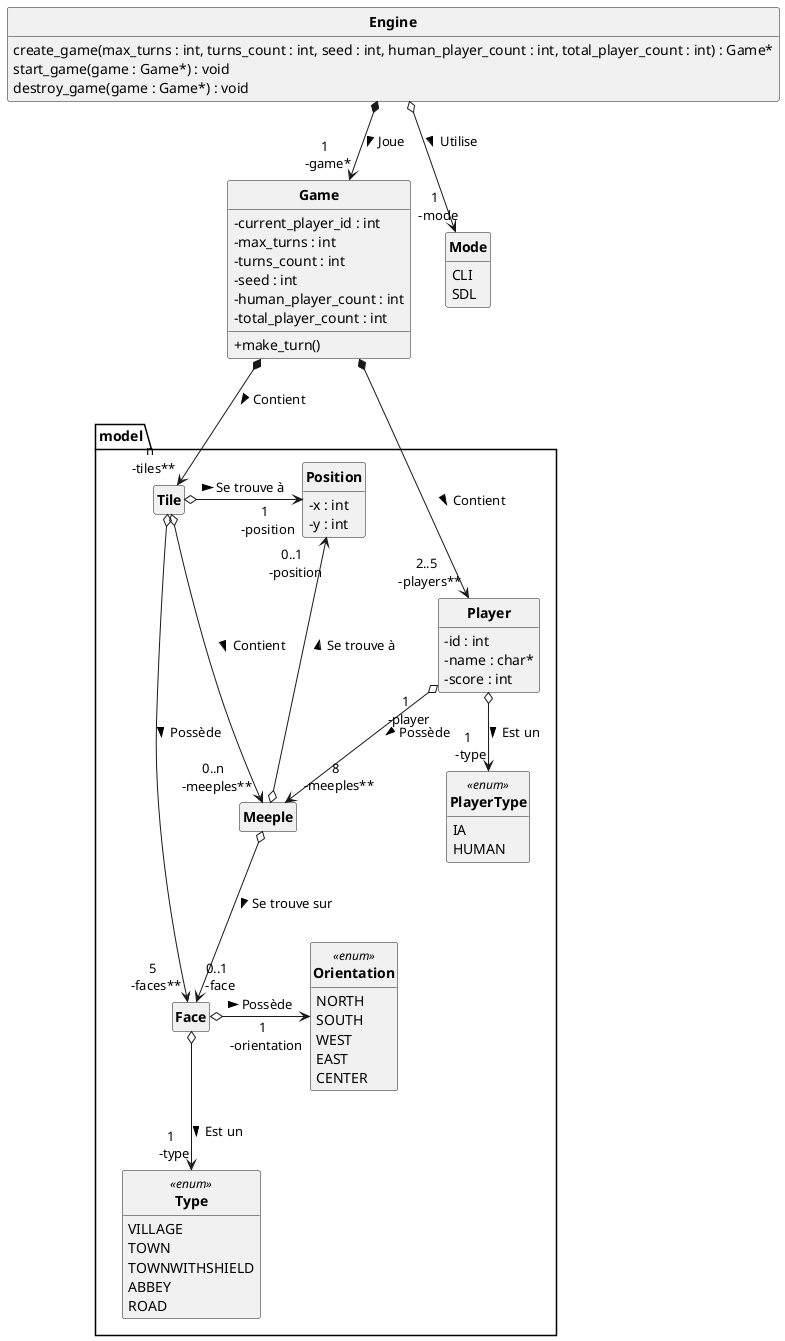
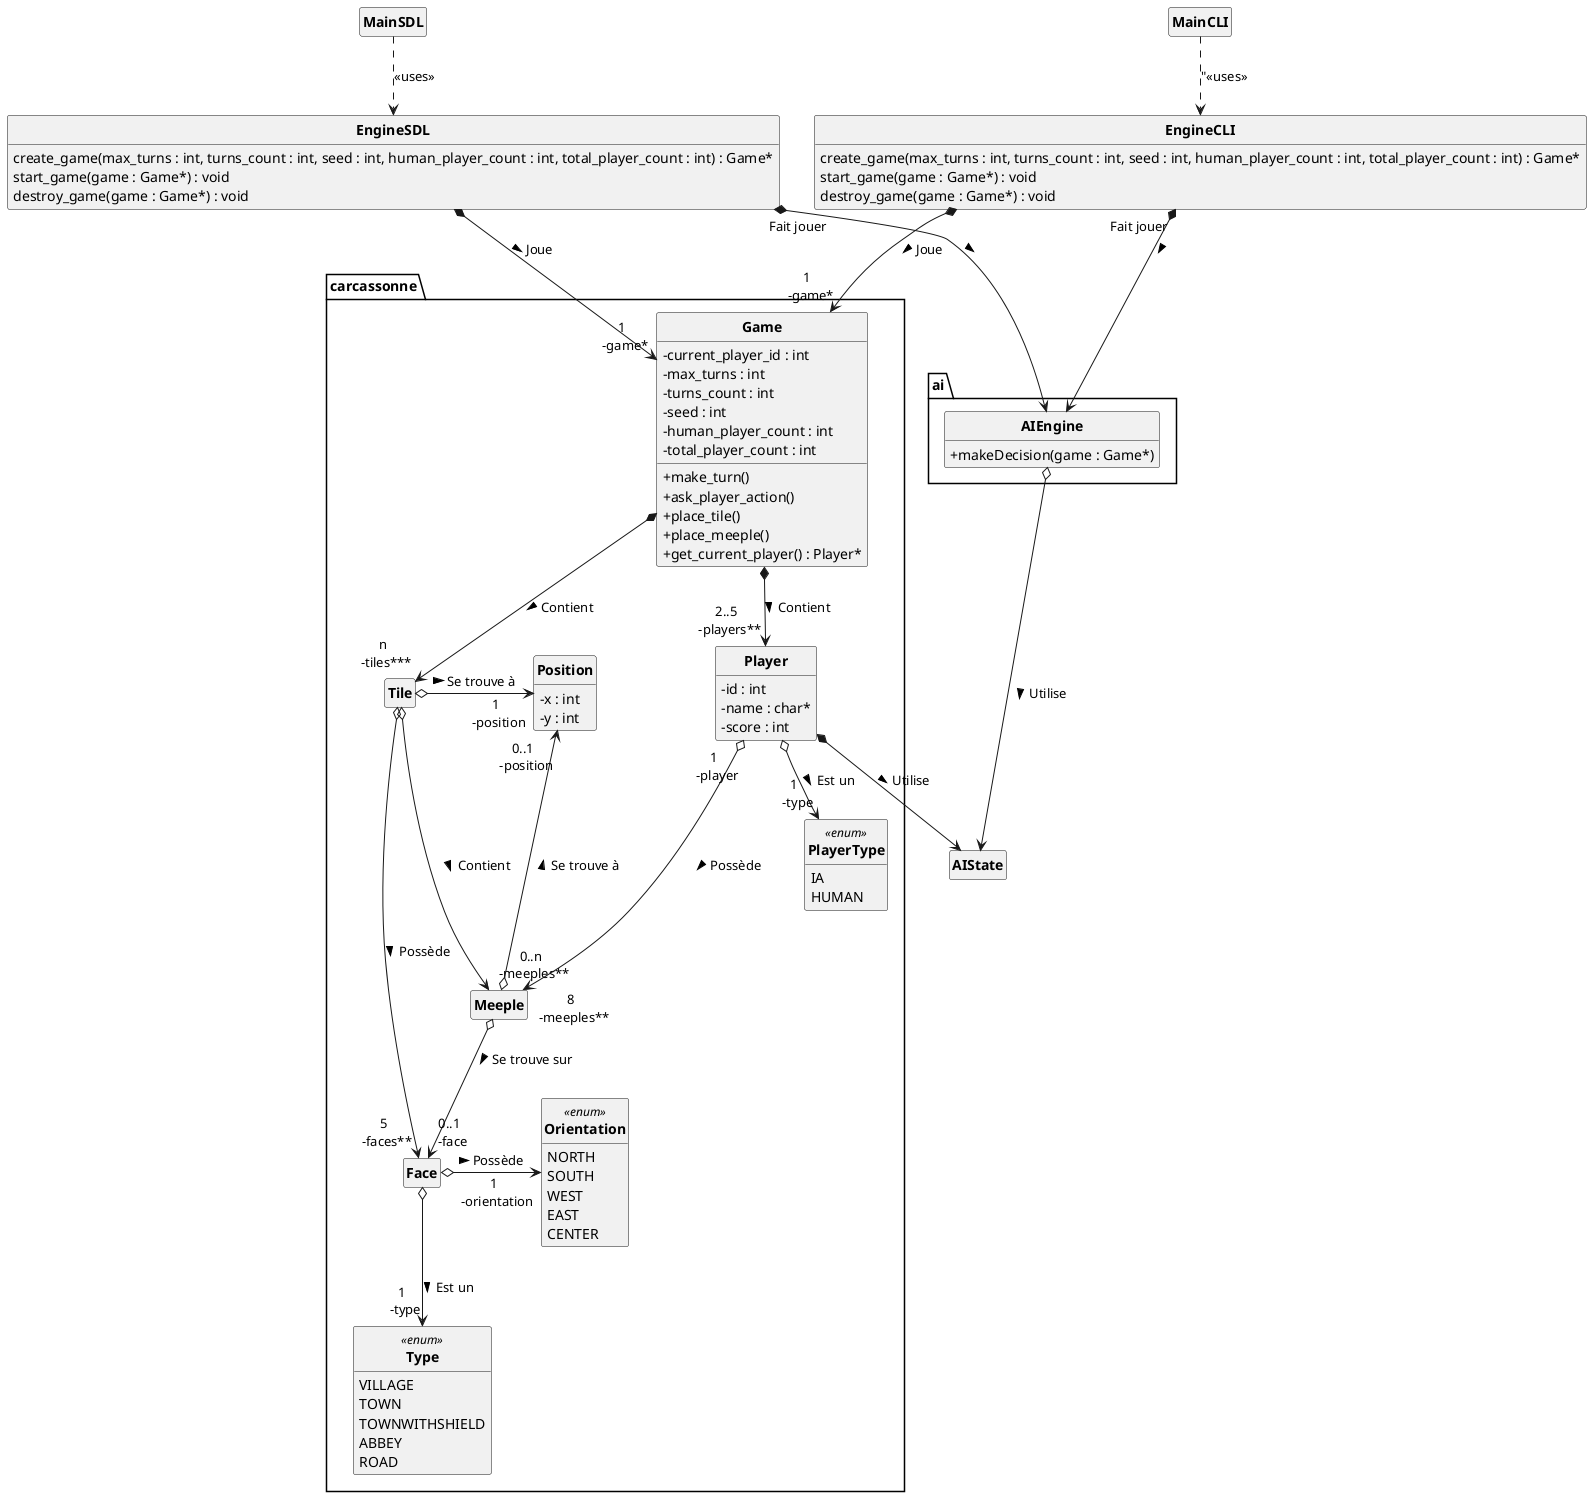
@startuml carcassonne

skinparam style strictuml
skinparam classAttributeIconSize 0
skinparam classFontStyle Bold
hide empty members

- class model.Position {
+ class carcassonne.Position {
    - x : int
    - y : int
}

- class model.Tile {
+ class carcassonne.Tile {

}

- class model.Face {
+ class carcassonne.Face {

}

- class model.Meeple {
+ class carcassonne.Meeple {

}

- class model.Player {
+ class carcassonne.Player {
    - id : int
    - name : char*
    - score : int
}

- enum model.Type <<enum>>{
+ enum carcassonne.Type <<enum>>{
    VILLAGE
    TOWN
    TOWNWITHSHIELD
    ABBEY
    ROAD
}

- enum model.Orientation <<enum>>{
+ enum carcassonne.Orientation <<enum>>{
    NORTH
    SOUTH
    WEST
    EAST
    CENTER
}

- enum model.PlayerType <<enum>>{
+ enum carcassonne.PlayerType <<enum>>{
    IA
    HUMAN
}

- class Game {
+ class carcassonne.Game {
    - current_player_id : int
    - max_turns : int
    - turns_count : int
    - seed : int
    - human_player_count : int
    - total_player_count : int
    + make_turn()
+     + ask_player_action()
+     + place_tile()
+     + place_meeple()
+     + get_current_player() : Player*
}

- class Engine {
+ class EngineSDL {
    create_game(max_turns : int, turns_count : int, seed : int, human_player_count : int, total_player_count : int) : Game*
    start_game(game : Game*) : void
    destroy_game(game : Game*) : void
}

- enum Mode {
-     CLI
-     SDL
+ class EngineCLI {
+     create_game(max_turns : int, turns_count : int, seed : int, human_player_count : int, total_player_count : int) : Game*
+     start_game(game : Game*) : void
+     destroy_game(game : Game*) : void
}

- model.Tile o-r-> "1 \n -position" model.Position : Se trouve à >
- model.Tile o--> "5 \n -faces**" model.Face : Possède >
- model.Tile o--> "0..n \n -meeples**" model.Meeple : Contient >
+ class ai.AIEngine {
+     + makeDecision(game : Game*)
+ }

- model.Face o-r-> "1 \n -orientation" model.Orientation : Possède >
- model.Face o-d-> "1 \n -type" model.Type : Est un >
+ class AIState {}

- model.Meeple o-u--> "0..1 \n -position" model.Position : Se trouve à >
- model.Meeple o--> "0..1 \n -face" model.Face : Se trouve sur >
+ class MainCLI {}
+ class MainSDL {}

- model.Player "1 \n -player" o-d-> "8 \n -meeples**" model.Meeple : Possède >
- model.Player  o-d-> "1 \n -type" model.PlayerType : Est un >
+ Tile o-r-> "1 \n -position" Position : Se trouve à >
+ Tile o--> "5 \n -faces**" Face : Possède >
+ Tile o--> "0..n \n -meeples**" Meeple : Contient >
+ 
+ Face o-r-> "1 \n -orientation" Orientation : Possède >
+ Face o-d-> "1 \n -type" Type : Est un >
+ 
+ Meeple o-u--> "0..1 \n -position" Position : Se trouve à >
+ Meeple o--> "0..1 \n -face" Face : Se trouve sur >
+ 
+ Player "1 \n -player" o-d-> "8 \n -meeples**" Meeple : Possède >
+ Player  o-d-> "1 \n -type" PlayerType : Est un >

Game *--> "2..5 \n -players**" Player : Contient >
- Game *--> "n \n -tiles**" Tile : Contient >
+ Game *--> "n \n -tiles***" Tile : Contient >

- Engine *--> "1 \n -game*" Game : Joue >
- Engine o--> "1 \n -mode" Mode : Utilise >
+ EngineSDL *--> "1 \n -game*" Game : Joue >
+ 
+ EngineCLI *--> AIEngine : "Fait jouer" >
+ EngineSDL *--> AIEngine : "Fait jouer" >
+ 
+ MainSDL ..> EngineSDL  : "<<uses>>"
+ 
+ EngineCLI *--> "1 \n -game*" Game : Joue >
+ MainCLI ..> EngineCLI  : "<<uses>>
+ 
+ Player *--> AIState : Utilise >
+ AIEngine o--> AIState : Utilise >

@enduml